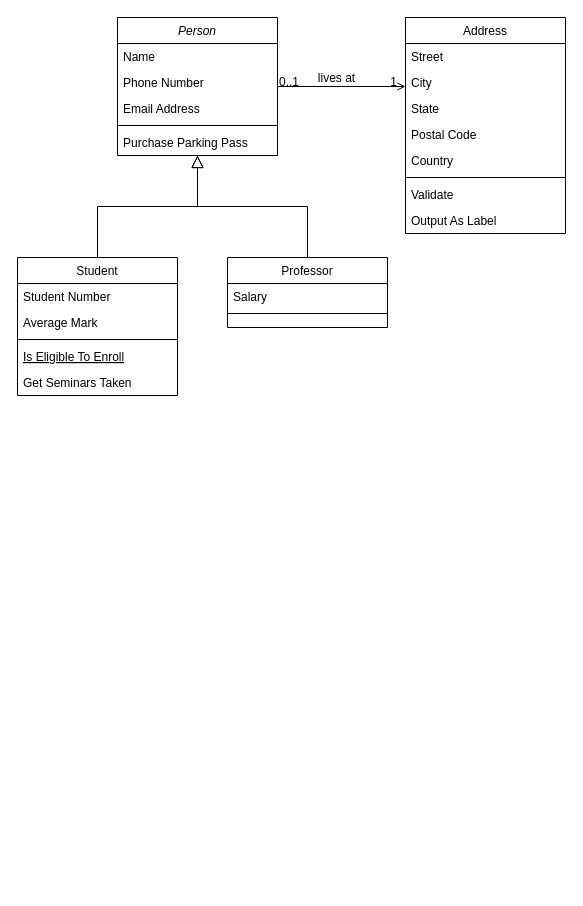
joshuahallam127/ABOUTME keeps this draw.io diagram as Untitled Diagram.drawio. Above is the earlier version. Source tidied: cells renumbered, new cells numbered last; positions are measured from the earlier drawing's top-left corner, leaving out a move shared by most shapes. Both pictures are drawn from the tidied source at 100%, with x=0, y=0 at pixel (17, 17).
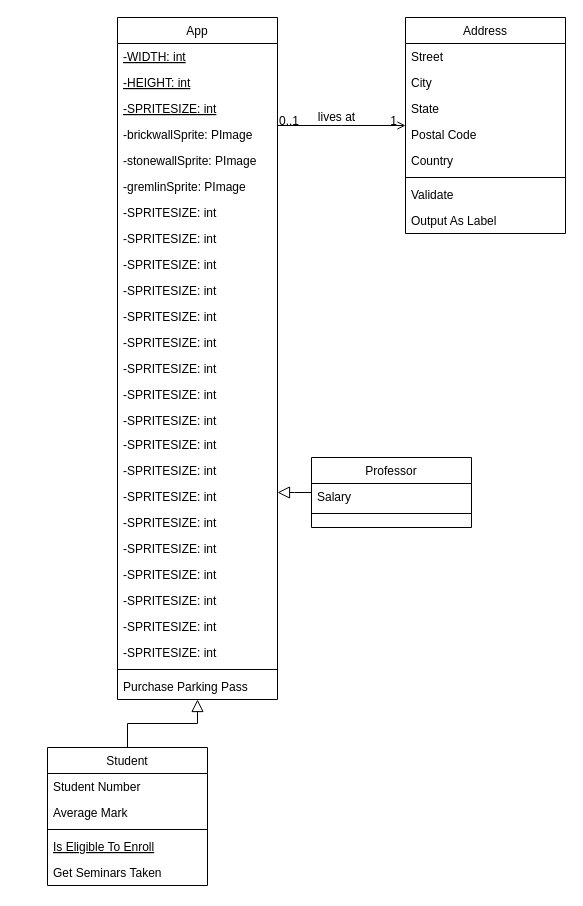
After the change.

What changed in the source:
```diff
@@
-    <mxCell id="2" value="Person" style="swimlane;fontStyle=2;align=center;verticalAlign=top;horizontal=1;startSize=26;rounded=0;shadow=0;strokeWidth=1;" parent="1" vertex="1">
-      <mxGeometry x="100" width="160" height="138" as="geometry" />
+    <mxCell id="2" value="App" style="swimlane;fontStyle=0;align=center;verticalAlign=top;horizontal=1;startSize=26;rounded=0;shadow=0;strokeWidth=1;" parent="1" vertex="1">
+      <mxGeometry x="100" width="160" height="682" as="geometry" />
     </mxCell>
-    <mxCell id="3" value="Name" style="text;align=left;verticalAlign=top;spacingLeft=4;spacingRight=4;overflow=hidden;" parent="2" vertex="1">
+    <mxCell id="3" value="-WIDTH: int" style="text;align=left;verticalAlign=top;spacingLeft=4;spacingRight=4;overflow=hidden;fontStyle=4;" parent="2" vertex="1">
       <mxGeometry y="26" width="160" height="26" as="geometry" />
     </mxCell>
-    <mxCell id="4" value="Phone Number" style="text;align=left;verticalAlign=top;spacingLeft=4;spacingRight=4;overflow=hidden;rounded=0;shadow=0;html=0;" parent="2" vertex="1">
+    <mxCell id="4" value="-HEIGHT: int" style="text;align=left;verticalAlign=top;spacingLeft=4;spacingRight=4;overflow=hidden;rounded=0;shadow=0;html=0;fontStyle=4;" parent="2" vertex="1">
       <mxGeometry y="52" width="160" height="26" as="geometry" />
     </mxCell>
+    <mxCell id="32" value="-SPRITESIZE: int" style="text;align=left;verticalAlign=top;spacingLeft=4;spacingRight=4;overflow=hidden;rounded=0;shadow=0;html=0;fontStyle=4;" parent="2" vertex="1">
+      <mxGeometry y="78" width="160" height="26" as="geometry" />
+    </mxCell>
+    <mxCell id="33" value="-brickwallSprite: PImage" style="text;align=left;verticalAlign=top;spacingLeft=4;spacingRight=4;overflow=hidden;rounded=0;shadow=0;html=0;fontStyle=0;" parent="2" vertex="1">
+      <mxGeometry y="104" width="160" height="26" as="geometry" />
+    </mxCell>
+    <mxCell id="34" value="-stonewallSprite: PImage" style="text;align=left;verticalAlign=top;spacingLeft=4;spacingRight=4;overflow=hidden;rounded=0;shadow=0;html=0;fontStyle=0;" parent="2" vertex="1">
+      <mxGeometry y="130" width="160" height="26" as="geometry" />
+    </mxCell>
+    <mxCell id="35" value="-gremlinSprite: PImage" style="text;align=left;verticalAlign=top;spacingLeft=4;spacingRight=4;overflow=hidden;rounded=0;shadow=0;html=0;fontStyle=0;" parent="2" vertex="1">
+      <mxGeometry y="156" width="160" height="26" as="geometry" />
+    </mxCell>
+    <mxCell id="36" value="-SPRITESIZE: int" style="text;align=left;verticalAlign=top;spacingLeft=4;spacingRight=4;overflow=hidden;rounded=0;shadow=0;html=0;fontStyle=0;" parent="2" vertex="1">
+      <mxGeometry y="182" width="160" height="26" as="geometry" />
+    </mxCell>
+    <mxCell id="37" value="-SPRITESIZE: int" style="text;align=left;verticalAlign=top;spacingLeft=4;spacingRight=4;overflow=hidden;rounded=0;shadow=0;html=0;fontStyle=0;" parent="2" vertex="1">
+      <mxGeometry y="208" width="160" height="26" as="geometry" />
+    </mxCell>
+    <mxCell id="38" value="-SPRITESIZE: int" style="text;align=left;verticalAlign=top;spacingLeft=4;spacingRight=4;overflow=hidden;rounded=0;shadow=0;html=0;fontStyle=0;" parent="2" vertex="1">
+      <mxGeometry y="234" width="160" height="26" as="geometry" />
+    </mxCell>
+    <mxCell id="39" value="-SPRITESIZE: int" style="text;align=left;verticalAlign=top;spacingLeft=4;spacingRight=4;overflow=hidden;rounded=0;shadow=0;html=0;fontStyle=0;" parent="2" vertex="1">
+      <mxGeometry y="260" width="160" height="26" as="geometry" />
+    </mxCell>
+    <mxCell id="40" value="-SPRITESIZE: int" style="text;align=left;verticalAlign=top;spacingLeft=4;spacingRight=4;overflow=hidden;rounded=0;shadow=0;html=0;fontStyle=0;" parent="2" vertex="1">
+      <mxGeometry y="286" width="160" height="26" as="geometry" />
+    </mxCell>
+    <mxCell id="41" value="-SPRITESIZE: int" style="text;align=left;verticalAlign=top;spacingLeft=4;spacingRight=4;overflow=hidden;rounded=0;shadow=0;html=0;fontStyle=0;" parent="2" vertex="1">
+      <mxGeometry y="312" width="160" height="26" as="geometry" />
+    </mxCell>
+    <mxCell id="42" value="-SPRITESIZE: int" style="text;align=left;verticalAlign=top;spacingLeft=4;spacingRight=4;overflow=hidden;rounded=0;shadow=0;html=0;fontStyle=0;" parent="2" vertex="1">
+      <mxGeometry y="338" width="160" height="26" as="geometry" />
+    </mxCell>
-    <mxCell id="5" value="Email Address" style="text;align=left;verticalAlign=top;spacingLeft=4;spacingRight=4;overflow=hidden;rounded=0;shadow=0;html=0;" parent="2" vertex="1">
-      <mxGeometry y="78" width="160" height="26" as="geometry" />
+    <mxCell id="5" value="-SPRITESIZE: int" style="text;align=left;verticalAlign=top;spacingLeft=4;spacingRight=4;overflow=hidden;rounded=0;shadow=0;html=0;fontStyle=0;" parent="2" vertex="1">
+      <mxGeometry y="364" width="160" height="26" as="geometry" />
     </mxCell>
+    <mxCell id="43" value="-SPRITESIZE: int" style="text;align=left;verticalAlign=top;spacingLeft=4;spacingRight=4;overflow=hidden;rounded=0;shadow=0;html=0;fontStyle=0;" parent="2" vertex="1">
+      <mxGeometry y="390" width="160" height="24" as="geometry" />
+    </mxCell>
+    <mxCell id="44" value="-SPRITESIZE: int" style="text;align=left;verticalAlign=top;spacingLeft=4;spacingRight=4;overflow=hidden;rounded=0;shadow=0;html=0;fontStyle=0;" parent="2" vertex="1">
+      <mxGeometry y="414" width="160" height="26" as="geometry" />
+    </mxCell>
+    <mxCell id="45" value="-SPRITESIZE: int" style="text;align=left;verticalAlign=top;spacingLeft=4;spacingRight=4;overflow=hidden;rounded=0;shadow=0;html=0;fontStyle=0;" parent="2" vertex="1">
+      <mxGeometry y="440" width="160" height="26" as="geometry" />
+    </mxCell>
+    <mxCell id="46" value="-SPRITESIZE: int" style="text;align=left;verticalAlign=top;spacingLeft=4;spacingRight=4;overflow=hidden;rounded=0;shadow=0;html=0;fontStyle=0;" parent="2" vertex="1">
+      <mxGeometry y="466" width="160" height="26" as="geometry" />
+    </mxCell>
+    <mxCell id="47" value="-SPRITESIZE: int" style="text;align=left;verticalAlign=top;spacingLeft=4;spacingRight=4;overflow=hidden;rounded=0;shadow=0;html=0;fontStyle=0;" parent="2" vertex="1">
+      <mxGeometry y="492" width="160" height="26" as="geometry" />
+    </mxCell>
+    <mxCell id="48" value="-SPRITESIZE: int" style="text;align=left;verticalAlign=top;spacingLeft=4;spacingRight=4;overflow=hidden;rounded=0;shadow=0;html=0;fontStyle=0;" parent="2" vertex="1">
+      <mxGeometry y="518" width="160" height="26" as="geometry" />
+    </mxCell>
+    <mxCell id="49" value="-SPRITESIZE: int" style="text;align=left;verticalAlign=top;spacingLeft=4;spacingRight=4;overflow=hidden;rounded=0;shadow=0;html=0;fontStyle=0;" parent="2" vertex="1">
+      <mxGeometry y="544" width="160" height="26" as="geometry" />
+    </mxCell>
+    <mxCell id="50" value="-SPRITESIZE: int" style="text;align=left;verticalAlign=top;spacingLeft=4;spacingRight=4;overflow=hidden;rounded=0;shadow=0;html=0;fontStyle=0;" parent="2" vertex="1">
+      <mxGeometry y="570" width="160" height="26" as="geometry" />
+    </mxCell>
+    <mxCell id="51" value="-SPRITESIZE: int" style="text;align=left;verticalAlign=top;spacingLeft=4;spacingRight=4;overflow=hidden;rounded=0;shadow=0;html=0;fontStyle=0;" parent="2" vertex="1">
+      <mxGeometry y="596" width="160" height="26" as="geometry" />
+    </mxCell>
+    <mxCell id="52" value="-SPRITESIZE: int" style="text;align=left;verticalAlign=top;spacingLeft=4;spacingRight=4;overflow=hidden;rounded=0;shadow=0;html=0;fontStyle=0;" parent="2" vertex="1">
+      <mxGeometry y="622" width="160" height="26" as="geometry" />
+    </mxCell>
     <mxCell id="6" style="line;html=1;strokeWidth=1;align=left;verticalAlign=middle;spacingTop=-1;spacingLeft=3;spacingRight=3;labelPosition=right;" parent="2" vertex="1">
-      <mxGeometry y="104" width="160" height="8" as="geometry" />
+      <mxGeometry y="648" width="160" height="8" as="geometry" />
     </mxCell>
     <mxCell id="7" value="Purchase Parking Pass" style="text;align=left;verticalAlign=top;spacingLeft=4;spacingRight=4;overflow=hidden;" parent="2" vertex="1">
-      <mxGeometry y="112" width="160" height="26" as="geometry" />
+      <mxGeometry y="656" width="160" height="26" as="geometry" />
     </mxCell>
     <mxCell id="8" value="Student" style="swimlane;fontStyle=0;align=center;verticalAlign=top;horizontal=1;startSize=26;rounded=0;shadow=0;strokeWidth=1;" parent="1" vertex="1">
-      <mxGeometry y="240" width="160" height="138" as="geometry" />
+      <mxGeometry x="30" y="730" width="160" height="138" as="geometry" />
     </mxCell>
@@
     <mxCell id="15" value="Professor" style="swimlane;fontStyle=0;align=center;verticalAlign=top;horizontal=1;startSize=26;rounded=0;shadow=0;strokeWidth=1;" parent="1" vertex="1">
-      <mxGeometry x="210" y="240" width="160" height="70" as="geometry" />
+      <mxGeometry x="294" y="440" width="160" height="70" as="geometry" />
     </mxCell>
```
